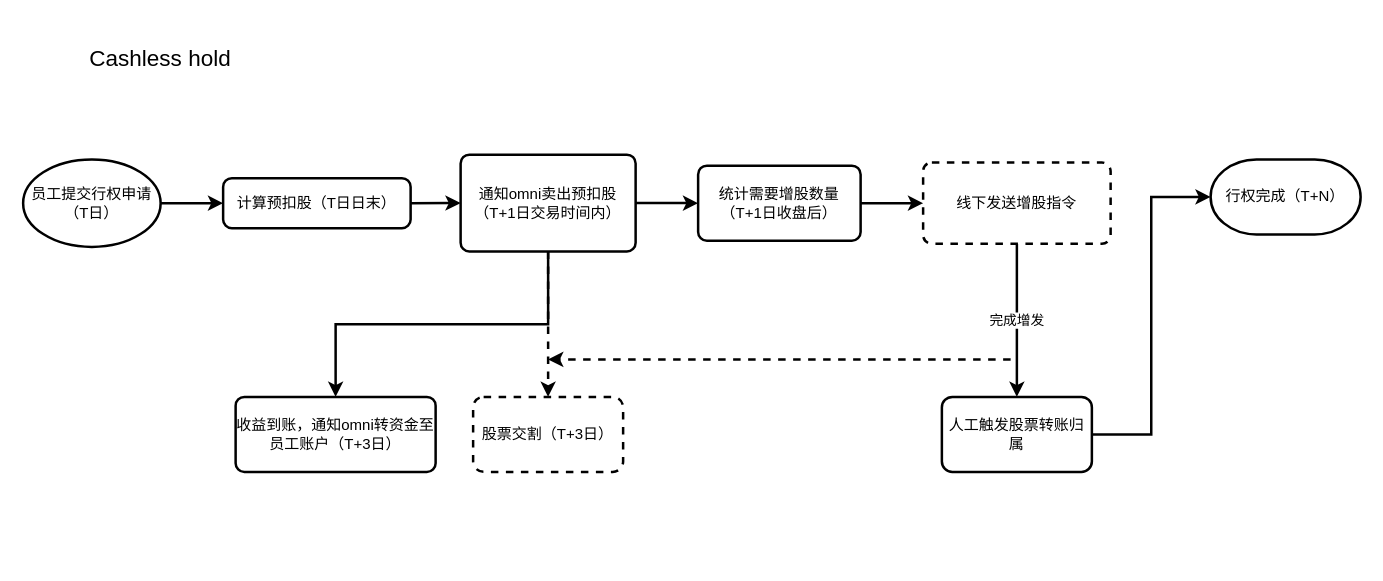
This is 实时增发-Cashless hold.drawio from fengyong7723131/xiaoye, a draw.io file, before an edit. Source tidied: cells renumbered, new cells numbered last; positions are measured from the earlier drawing's top-left corner, leaving out a move shared by most shapes. Both pictures are drawn from the tidied source at 125%, with x=0, y=0 at pixel (22, 21).
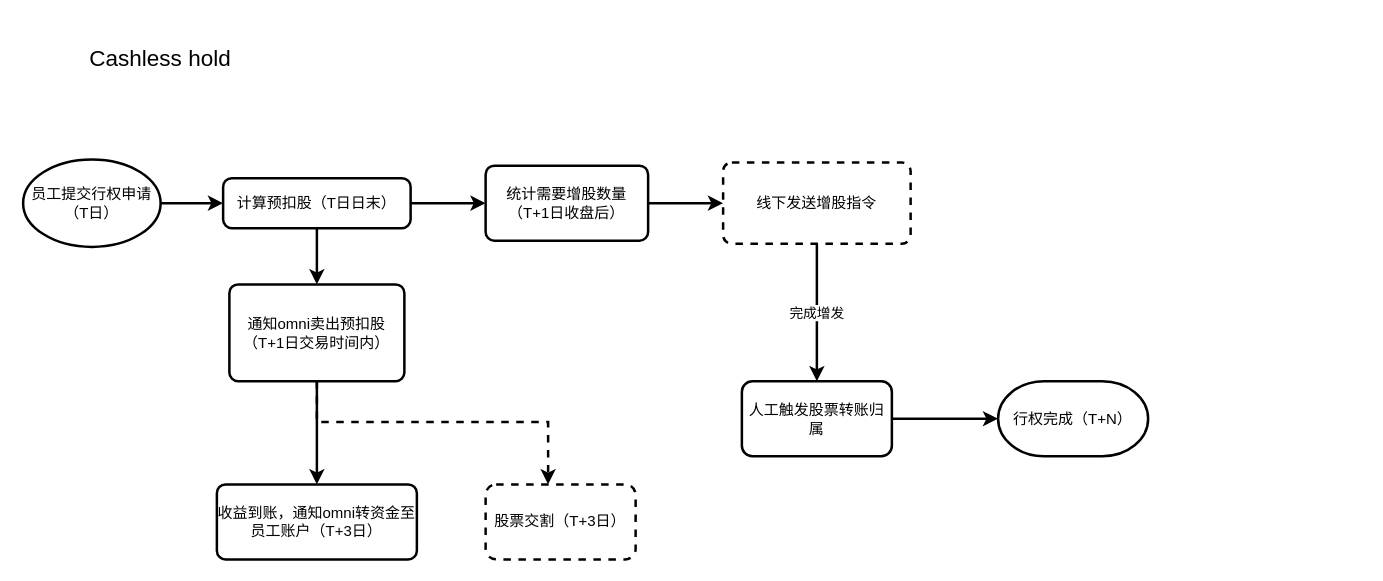
The same diagram, later.

Commit message:
更新实时增发-Cashless hold.drawio

Unchanged cells that the change refers to:
```xml
<mxCell id="6" value="计算预扣股（T日日末）" style="rounded=1;whiteSpace=wrap;html=1;absoluteArcSize=1;arcSize=14;strokeWidth=2;" parent="1" vertex="1">
  <mxGeometry x="160" y="125" width="150" height="40" as="geometry" />
</mxCell>
```

The edit, as a diff of the source:
```diff
@@
-    <mxCell id="5" style="edgeStyle=orthogonalEdgeStyle;rounded=0;jettySize=auto;html=1;exitX=1;exitY=0.5;exitDx=0;exitDy=0;entryX=0;entryY=0.5;entryDx=0;entryDy=0;strokeWidth=2;" parent="1" edge="1" source="6" target="10">
+    <mxCell id="5" style="edgeStyle=orthogonalEdgeStyle;rounded=0;jettySize=auto;html=1;exitX=0.5;exitY=1;exitDx=0;exitDy=0;entryX=0.5;entryY=0;entryDx=0;entryDy=0;strokeWidth=2;" parent="1" edge="1" source="6" target="10">
       <mxGeometry relative="1" as="geometry" />
     </mxCell>
+    <mxCell id="21" style="edgeStyle=orthogonalEdgeStyle;rounded=0;jettySize=auto;html=1;exitX=1;exitY=0.5;exitDx=0;exitDy=0;strokeWidth=2;" parent="1" edge="1" source="6" target="12">
+      <mxGeometry relative="1" as="geometry" />
+    </mxCell>
@@
-    <mxCell id="7" style="edgeStyle=orthogonalEdgeStyle;rounded=0;jettySize=auto;html=1;exitX=1;exitY=0.5;exitDx=0;exitDy=0;entryX=0;entryY=0.5;entryDx=0;entryDy=0;strokeWidth=2;" parent="1" edge="1" source="10" target="12">
-      <mxGeometry relative="1" as="geometry" />
-    </mxCell>
     <mxCell id="8" style="edgeStyle=orthogonalEdgeStyle;rounded=0;jettySize=auto;html=1;strokeWidth=2;dashed=1;exitX=0.5;exitY=1;exitDx=0;exitDy=0;" parent="1" edge="1" source="10" target="15">
-      <mxGeometry relative="1" as="geometry" />
+      <mxGeometry relative="1" as="geometry">
+        <Array as="points">
+          <mxPoint x="235" y="320" />
+          <mxPoint x="420" y="320" />
+        </Array>
+      </mxGeometry>
     </mxCell>
@@
     <mxCell id="10" value="通知omni卖出预扣股（T+1日交易时间内）" style="rounded=1;whiteSpace=wrap;html=1;absoluteArcSize=1;arcSize=14;strokeWidth=2;" parent="1" vertex="1">
-      <mxGeometry x="350" y="106.2" width="140" height="77.5" as="geometry" />
+      <mxGeometry x="165" y="210" width="140" height="77.5" as="geometry" />
     </mxCell>
@@
     <mxCell id="12" value="统计需要增股数量（T+1日收盘后）" style="rounded=1;whiteSpace=wrap;html=1;absoluteArcSize=1;arcSize=14;strokeWidth=2;" parent="1" vertex="1">
-      <mxGeometry x="540" y="115" width="130" height="60" as="geometry" />
+      <mxGeometry x="370" y="115" width="130" height="60" as="geometry" />
     </mxCell>
@@
     <mxCell id="14" value="线下发送增股指令" style="rounded=1;whiteSpace=wrap;html=1;absoluteArcSize=1;arcSize=14;strokeWidth=2;dashed=1;" parent="1" vertex="1">
-      <mxGeometry x="720" y="112.5" width="150" height="65" as="geometry" />
+      <mxGeometry x="560" y="112.5" width="150" height="65" as="geometry" />
     </mxCell>
     <mxCell id="15" value="股票交割（T+3日）" style="whiteSpace=wrap;html=1;rounded=1;strokeWidth=2;arcSize=14;dashed=1;" parent="1" vertex="1">
-      <mxGeometry x="360" y="300" width="120" height="60" as="geometry" />
+      <mxGeometry x="370" y="370" width="120" height="60" as="geometry" />
     </mxCell>
@@
     <mxCell id="17" value="人工触发股票转账归属" style="whiteSpace=wrap;html=1;rounded=1;strokeWidth=2;arcSize=14;" parent="1" vertex="1">
-      <mxGeometry x="735" y="300" width="120" height="60" as="geometry" />
+      <mxGeometry x="575" y="287.5" width="120" height="60" as="geometry" />
     </mxCell>
-    <mxCell id="18" style="endArrow=classic;html=1;dashed=1;strokeWidth=2;" parent="1" edge="1">
-      <mxGeometry relative="1" as="geometry">
-        <mxPoint x="790" y="270" as="sourcePoint" />
-        <mxPoint x="420" y="270" as="targetPoint" />
-      </mxGeometry>
-    </mxCell>
     <mxCell id="19" value="&lt;span&gt;行权完成（T+N）&lt;/span&gt;" style="strokeWidth=2;html=1;shape=mxgraph.flowchart.terminator;whiteSpace=wrap;" parent="1" vertex="1">
-      <mxGeometry x="950" y="110" width="120" height="60" as="geometry" />
+      <mxGeometry x="780" y="287.5" width="120" height="60" as="geometry" />
     </mxCell>
     <mxCell id="20" value="收益到账，通知omni转资金至员工账户（T+3日）" style="rounded=1;whiteSpace=wrap;html=1;absoluteArcSize=1;arcSize=14;strokeWidth=2;" parent="1" vertex="1">
-      <mxGeometry x="170" y="300" width="160" height="60" as="geometry" />
+      <mxGeometry x="155" y="370" width="160" height="60" as="geometry" />
     </mxCell>
```
